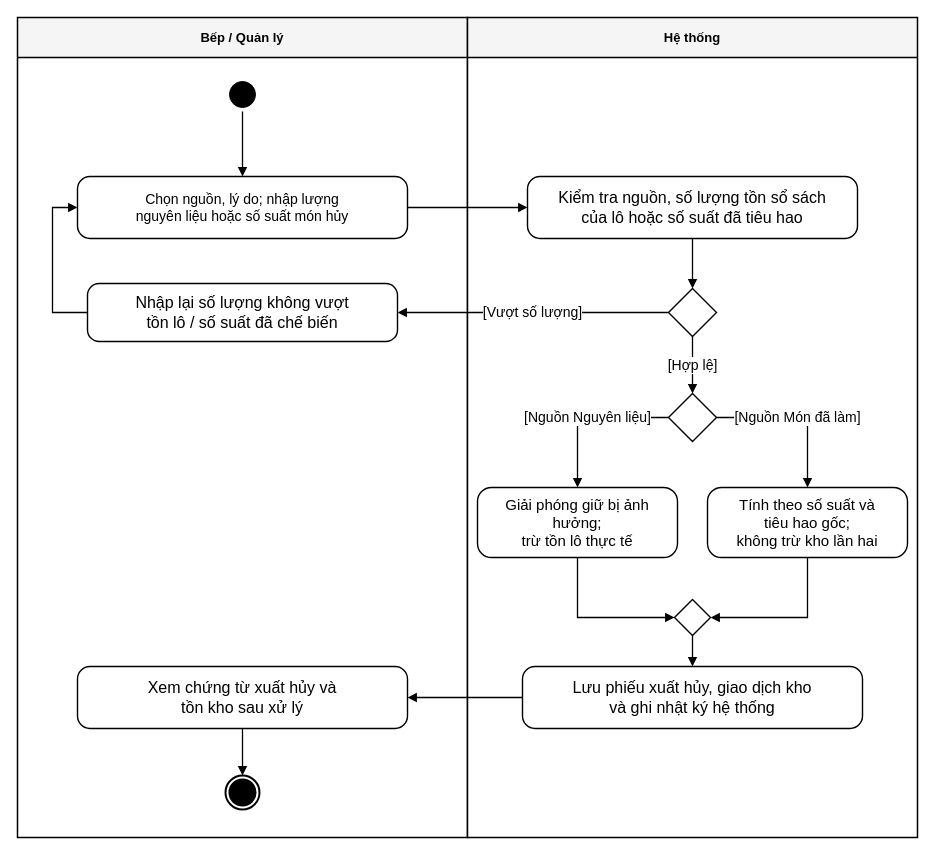
Earlier version of the draw.io diagram page "QT-16 — Xuất hủy nguyên liệu và món đã chế biến" (16 of 23) of docs/Quy_trinh_nghiep_vu_HeThongQuanLyNhaHang.drawio (nminhzzz/restaurant-management-ai). Source tidied: cells renumbered, new cells numbered last; positions are measured from the earlier drawing's top-left corner, leaving out a move shared by most shapes. Both pictures are drawn from the tidied source at 100%, with x=0, y=0 at pixel (17, 17).
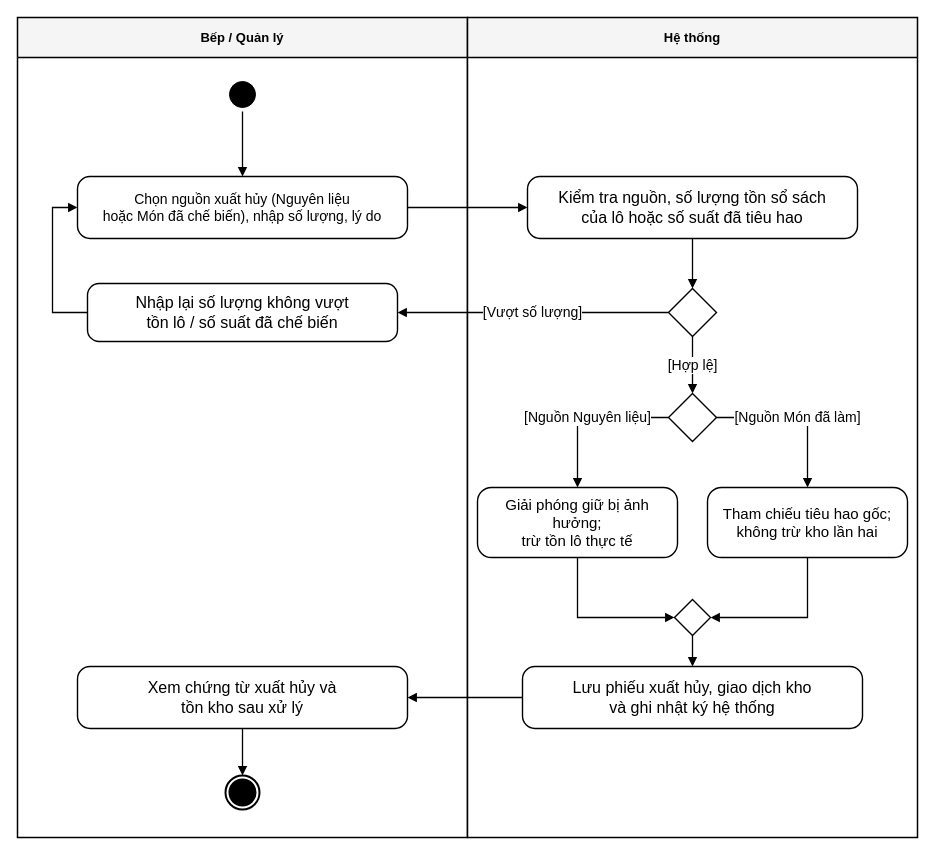
The same diagram, later.

Change to the diagram source:
```diff
@@
-    <mxCell id="5" value="Chọn nguồn, lý do; nhập lượng&#10;nguyên liệu hoặc số suất món hủy" style="rounded=1;whiteSpace=wrap;html=1;arcSize=20;fillColor=#ffffff;strokeColor=#000000;strokeWidth=1.4;fontSize=14.0;fontColor=#000000;spacing=6;" parent="1" vertex="1">
+    <mxCell id="5" value="Chọn nguồn xuất hủy (Nguyên liệu&#10;hoặc Món đã chế biến), nhập số lượng, lý do" style="rounded=1;whiteSpace=wrap;html=1;arcSize=20;fillColor=#ffffff;strokeColor=#000000;strokeWidth=1.4;fontSize=14.0;fontColor=#000000;spacing=6;" parent="1" vertex="1">
       <mxGeometry x="60" y="159" width="330" height="62" as="geometry" />
     </mxCell>
@@
-    <mxCell id="11" value="Tính theo số suất và&#10;tiêu hao gốc;&#10;không trừ kho lần hai" style="rounded=1;whiteSpace=wrap;html=1;arcSize=20;fillColor=#ffffff;strokeColor=#000000;strokeWidth=1.4;fontSize=15.0;fontColor=#000000;spacing=6;" parent="1" vertex="1">
+    <mxCell id="11" value="Tham chiếu tiêu hao gốc;&#10;không trừ kho lần hai" style="rounded=1;whiteSpace=wrap;html=1;arcSize=20;fillColor=#ffffff;strokeColor=#000000;strokeWidth=1.4;fontSize=15.0;fontColor=#000000;spacing=6;" parent="1" vertex="1">
       <mxGeometry x="690" y="470" width="200" height="70" as="geometry" />
     </mxCell>
```
